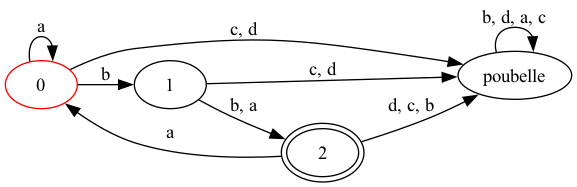
Above: affichage.dot.png in userdigitaldevil/automata (Graphviz), before the change. Its source is kept beside it as affichage.dot.
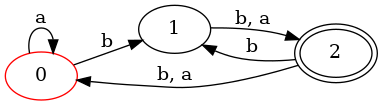
Later version of the same file.

The edit, as a diff of the source:
```diff
@@ -2,14 +2,10 @@
  rankdir=LR
 0[ label ="0", color=red ];
 0 -> 1 [ label = "b" ];
-0 -> 3 [ label = "c, d" ];
 0 -> 0 [ label = "a" ];
 1[ label ="1",];
 1 -> 2 [ label = "b, a" ];
-1 -> 3 [ label = "c, d" ];
 2[ label ="2",peripheries=2 ];
-2 -> 3 [ label = "d, c, b" ];
-2 -> 0 [ label = "a" ];
-3[ label ="poubelle",];
-3 -> 3 [ label = "b, d, a, c" ];
+2 -> 1 [ label = "b" ];
+2 -> 0 [ label = "b, a" ];
 }
```
